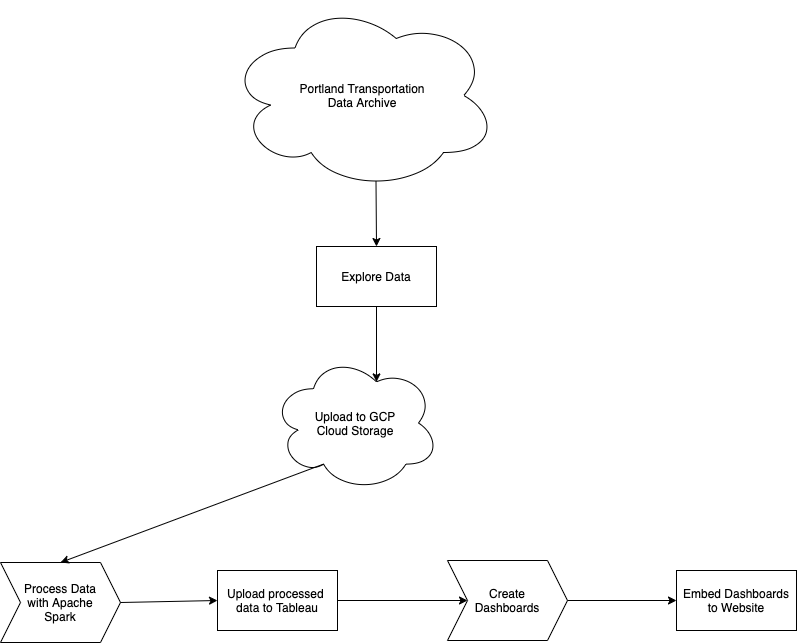
Earlier version of the draw.io export Images/Data Pipeline.png (dmesa2/Analysis-Traffic-Changes-Social-Distancing). Source tidied: cells renumbered, new cells last; positions are measured from the earlier drawing's top-left corner, leaving out a move shared by most shapes.
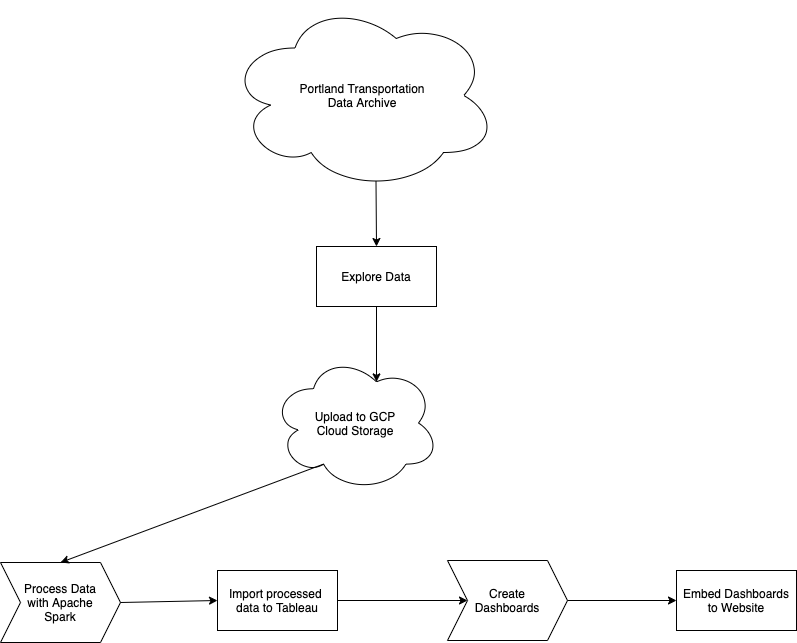
Later version of the same file.

What changed in the source:
```diff
@@ -14,7 +14,7 @@
     <mxCell id="5" value="Process Data&lt;br&gt;with Apache&lt;br&gt;Spark" style="shape=step;perimeter=stepPerimeter;whiteSpace=wrap;html=1;fixedSize=1;" parent="1" vertex="1">
       <mxGeometry y="562" width="120" height="80" as="geometry" />
     </mxCell>
-    <mxCell id="6" value="Upload processed&amp;nbsp;&lt;br&gt;data to Tableau" style="rounded=0;whiteSpace=wrap;html=1;" parent="1" vertex="1">
+    <mxCell id="6" value="Import processed&amp;nbsp;&lt;br&gt;data to Tableau" style="rounded=0;whiteSpace=wrap;html=1;" parent="1" vertex="1">
       <mxGeometry x="217" y="570" width="120" height="60" as="geometry" />
     </mxCell>
     <mxCell id="7" value="Create&lt;br&gt;Dashboards" style="shape=step;perimeter=stepPerimeter;whiteSpace=wrap;html=1;fixedSize=1;" parent="1" vertex="1">
```
